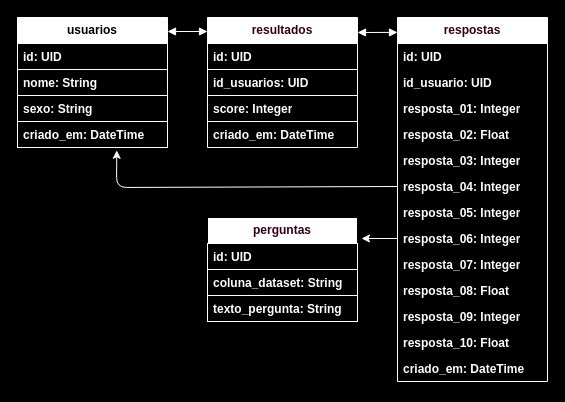
This is Backend/model_db/model_db.drawio from allisonrps/DSM-P5-G01-2025-1, a draw.io file, before an edit. Source tidied: cells renumbered, new cells numbered last; positions are measured from the earlier drawing's top-left corner, leaving out a move shared by most shapes. Both pictures are drawn from the tidied source at 100%, with x=0, y=0 at pixel (17, 17).
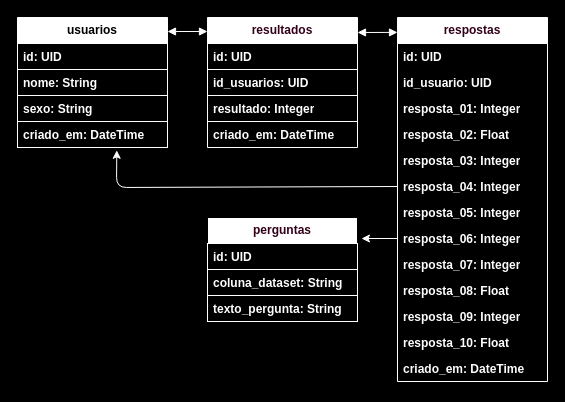
Above is the later version.

Unchanged cells that the change refers to:
```xml
<mxCell id="25" value="&lt;font style=&quot;color: rgb(51, 0, 26);&quot;&gt;resultados&lt;/font&gt;" style="swimlane;fontStyle=1;horizontal=1;startSize=26;whiteSpace=wrap;html=1;strokeColor=#FFFFFF;" parent="1" vertex="1">
  <mxGeometry x="190" width="150" height="130" as="geometry" />
</mxCell>
```

The edit, as a diff of the source:
```diff
@@
-    <mxCell id="28" value="score: Integer" style="text;align=left;verticalAlign=top;spacingLeft=4;spacingRight=4;overflow=hidden;whiteSpace=wrap;html=1;fontStyle=1;fontColor=#FFFFFF;strokeColor=#FCFCFC;" parent="25" vertex="1">
+    <mxCell id="28" value="resultado: Integer" style="text;align=left;verticalAlign=top;spacingLeft=4;spacingRight=4;overflow=hidden;whiteSpace=wrap;html=1;fontStyle=1;fontColor=#FFFFFF;strokeColor=#FCFCFC;" parent="25" vertex="1">
       <mxGeometry y="78" width="150" height="26" as="geometry" />
     </mxCell>
```
